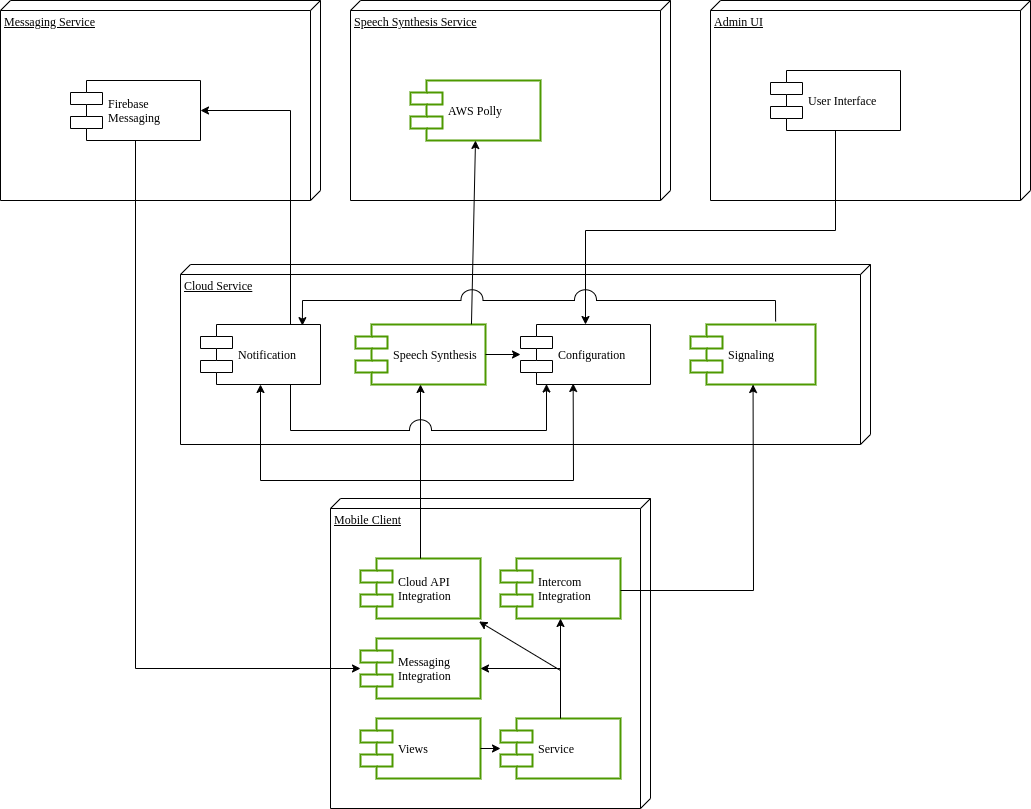
Before: src/graphics/diagramms/Component_System_V03.png, a diagram exported from draw.io (jsvilling/IP6_Bachelorarbeit_Bericht_Cloudbasiertes_Praxisrufsystem). Source tidied: cells renumbered, new cells last; positions are measured from the earlier drawing's top-left corner, leaving out a move shared by most shapes.
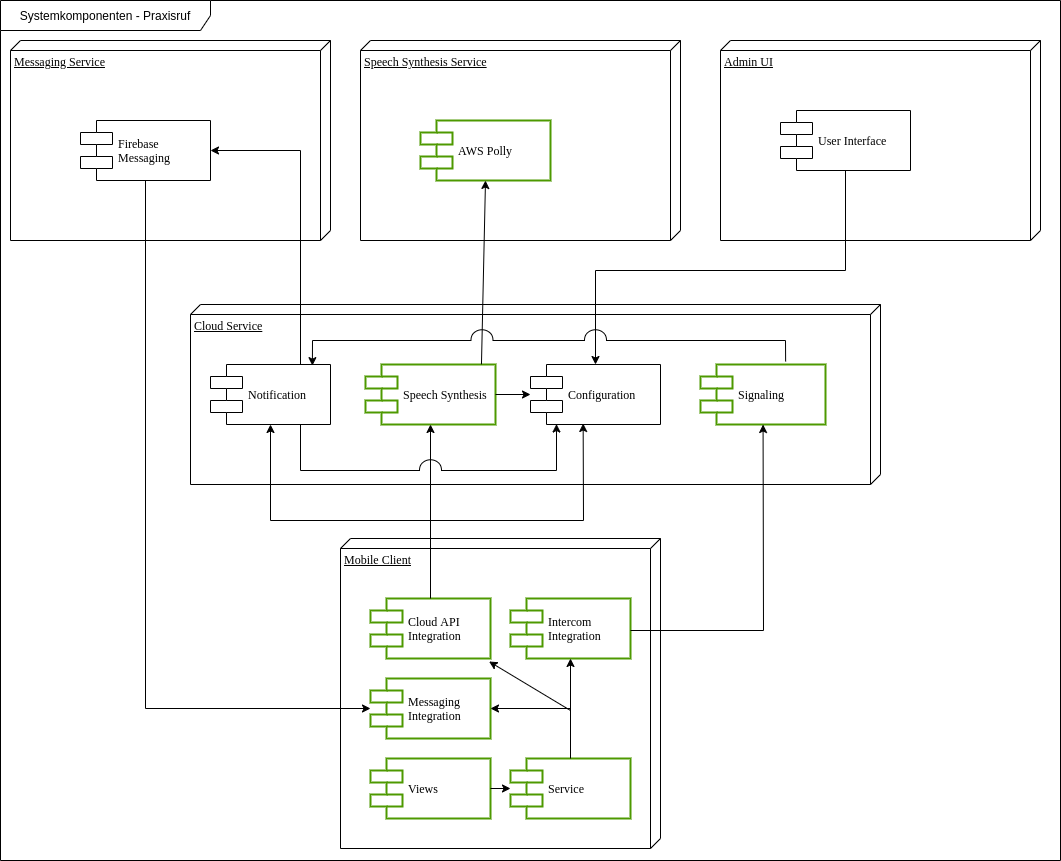
The same file after the commit.

Change to the diagram source:
```diff
@@ -144,5 +144,8 @@
         <mxPoint x="560" y="670" as="sourcePoint" />
       </mxGeometry>
     </mxCell>
+    <mxCell id="34" value="Systemkomponenten - Praxisruf" style="shape=umlFrame;whiteSpace=wrap;html=1;width=210;height=30;" parent="1" vertex="1">
+      <mxGeometry x="-10" y="-40" width="1060" height="860" as="geometry" />
+    </mxCell>
   </root>
 </mxGraphModel>
```
